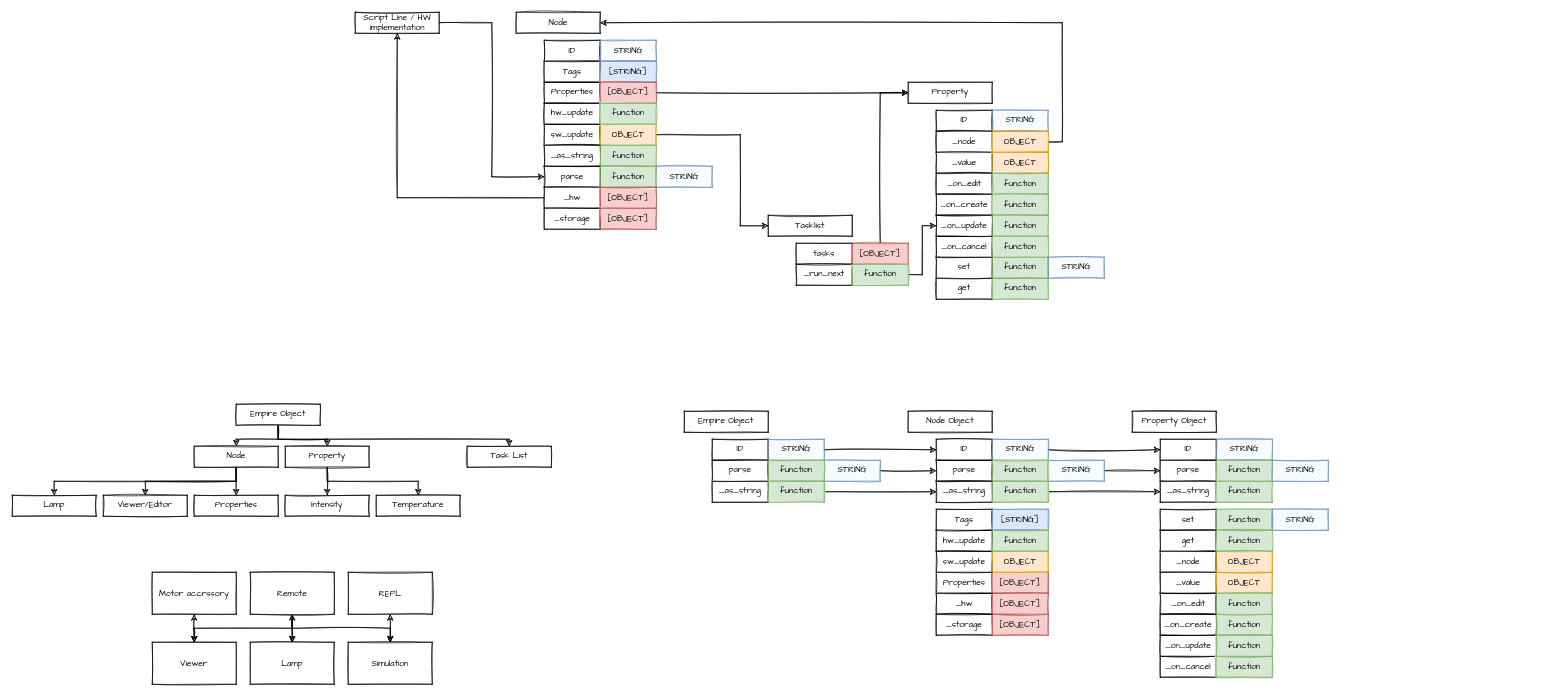
This is empire/Untitled Diagram.drawio from empire-ai/EmpireNode, a draw.io file, before an edit. Source tidied: cells renumbered, new cells numbered last; positions are measured from the earlier drawing's top-left corner, leaving out a move shared by most shapes. Both pictures are drawn from the tidied source at 70%, with x=0, y=0 at pixel (12, 12).
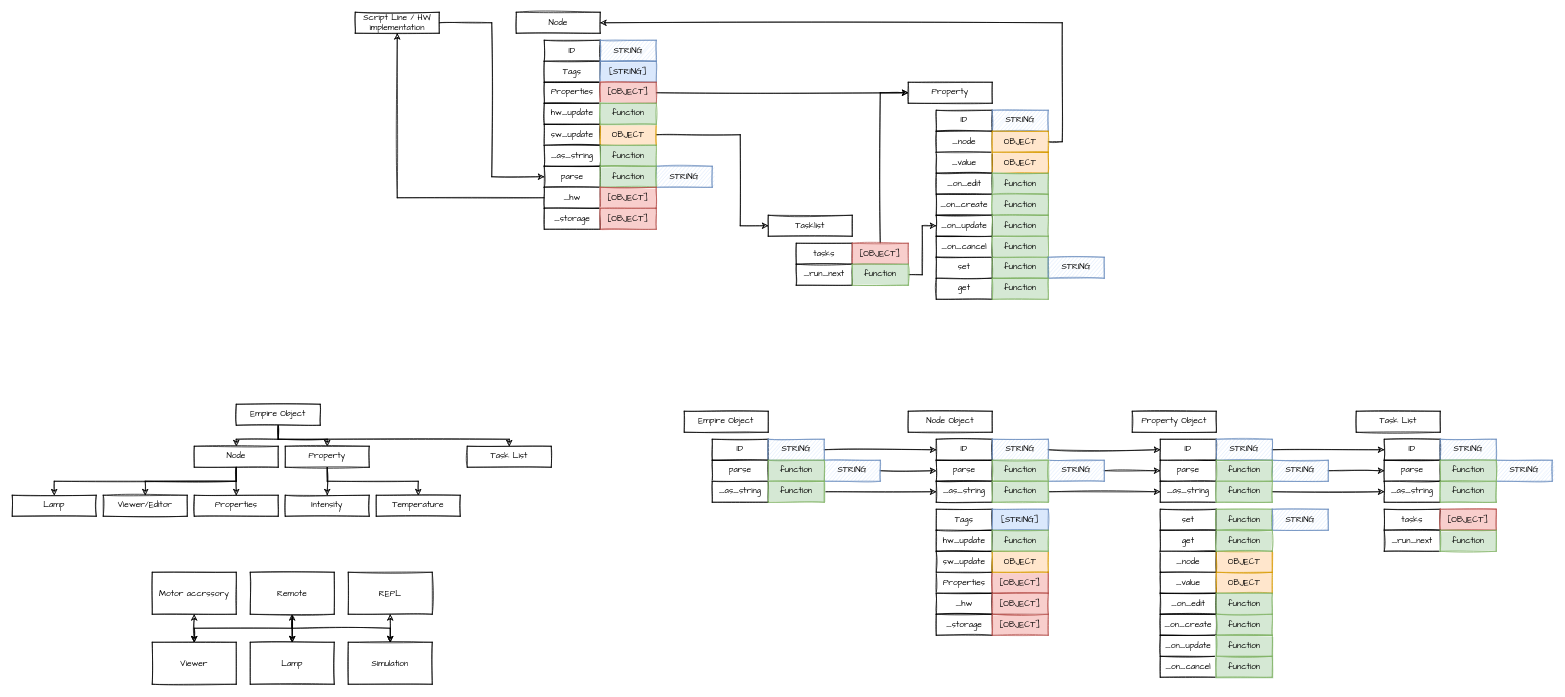
The same diagram, later.

Unchanged cells that the change refers to:
```xml
<mxCell id="107" value="STRING" style="rounded=0;whiteSpace=wrap;html=1;sketch=1;fontFamily=Architects Daughter;fillColor=#dae8fc;strokeColor=#6c8ebf;" parent="1" vertex="1">
  <mxGeometry x="1720" y="610" width="80" height="30" as="geometry" />
</mxCell>
<mxCell id="109" value="STRING" style="rounded=0;whiteSpace=wrap;html=1;sketch=1;fontFamily=Architects Daughter;fillColor=#dae8fc;strokeColor=#6c8ebf;" parent="1" vertex="1">
  <mxGeometry x="1800" y="640" width="80" height="30" as="geometry" />
</mxCell>
<mxCell id="112" value="function" style="rounded=0;whiteSpace=wrap;html=1;sketch=1;fontFamily=Architects Daughter;fillColor=#d5e8d4;strokeColor=#82b366;fillStyle=solid;" parent="1" vertex="1">
  <mxGeometry x="1720" y="670" width="80" height="30" as="geometry" />
</mxCell>
```

What changed in the source:
```diff
@@
+    <mxCell id="143" style="edgeStyle=orthogonalEdgeStyle;rounded=0;sketch=1;jettySize=auto;html=1;fontFamily=Architects Daughter;startArrow=none;startFill=0;" parent="1" edge="1" source="107" target="147">
+      <mxGeometry relative="1" as="geometry" />
+    </mxCell>
@@
+    <mxCell id="144" style="edgeStyle=orthogonalEdgeStyle;rounded=0;sketch=1;jettySize=auto;html=1;fontFamily=Architects Daughter;startArrow=none;startFill=0;" parent="1" edge="1" source="109" target="149">
+      <mxGeometry relative="1" as="geometry" />
+    </mxCell>
@@
+    <mxCell id="145" style="edgeStyle=orthogonalEdgeStyle;rounded=0;sketch=1;jettySize=auto;html=1;entryX=0;entryY=0.5;entryDx=0;entryDy=0;fontFamily=Architects Daughter;startArrow=none;startFill=0;" parent="1" edge="1" source="112" target="152">
+      <mxGeometry relative="1" as="geometry" />
+    </mxCell>
@@
+    <mxCell id="146" value="Task List" style="rounded=0;whiteSpace=wrap;html=1;sketch=1;fontFamily=Architects Daughter;" parent="1" vertex="1">
+      <mxGeometry x="1920" y="570" width="120" height="30" as="geometry" />
+    </mxCell>
+    <mxCell id="147" value="ID" style="rounded=0;whiteSpace=wrap;html=1;sketch=1;fontFamily=Architects Daughter;" parent="1" vertex="1">
+      <mxGeometry x="1960" y="610" width="80" height="30" as="geometry" />
+    </mxCell>
+    <mxCell id="148" value="STRING" style="rounded=0;whiteSpace=wrap;html=1;sketch=1;fontFamily=Architects Daughter;fillColor=#dae8fc;strokeColor=#6c8ebf;" parent="1" vertex="1">
+      <mxGeometry x="2040" y="610" width="80" height="30" as="geometry" />
+    </mxCell>
+    <mxCell id="149" value="parse" style="rounded=0;whiteSpace=wrap;html=1;sketch=1;fontFamily=Architects Daughter;" parent="1" vertex="1">
+      <mxGeometry x="1960" y="640" width="80" height="30" as="geometry" />
+    </mxCell>
+    <mxCell id="150" value="STRING" style="rounded=0;whiteSpace=wrap;html=1;sketch=1;fontFamily=Architects Daughter;fillColor=#dae8fc;strokeColor=#6c8ebf;" parent="1" vertex="1">
+      <mxGeometry x="2120" y="640" width="80" height="30" as="geometry" />
+    </mxCell>
+    <mxCell id="151" value="function" style="rounded=0;whiteSpace=wrap;html=1;sketch=1;fontFamily=Architects Daughter;fillColor=#d5e8d4;strokeColor=#82b366;fillStyle=solid;" parent="1" vertex="1">
+      <mxGeometry x="2040" y="640" width="80" height="30" as="geometry" />
+    </mxCell>
+    <mxCell id="152" value="_as_string" style="rounded=0;whiteSpace=wrap;html=1;sketch=1;fontFamily=Architects Daughter;" parent="1" vertex="1">
+      <mxGeometry x="1960" y="670" width="80" height="30" as="geometry" />
+    </mxCell>
+    <mxCell id="153" value="function" style="rounded=0;whiteSpace=wrap;html=1;sketch=1;fontFamily=Architects Daughter;fillColor=#d5e8d4;strokeColor=#82b366;fillStyle=solid;" parent="1" vertex="1">
+      <mxGeometry x="2040" y="670" width="80" height="30" as="geometry" />
+    </mxCell>
+    <mxCell id="154" value="tasks" style="rounded=0;whiteSpace=wrap;html=1;sketch=1;fontFamily=Architects Daughter;" parent="1" vertex="1">
+      <mxGeometry x="1960" y="710" width="80" height="30" as="geometry" />
+    </mxCell>
+    <mxCell id="155" value="[OBJECT]" style="rounded=0;whiteSpace=wrap;html=1;sketch=1;fontFamily=Architects Daughter;fillColor=#f8cecc;strokeColor=#b85450;fillStyle=solid;" parent="1" vertex="1">
+      <mxGeometry x="2040" y="710" width="80" height="30" as="geometry" />
+    </mxCell>
+    <mxCell id="156" value="_run_next" style="rounded=0;whiteSpace=wrap;html=1;sketch=1;fontFamily=Architects Daughter;" parent="1" vertex="1">
+      <mxGeometry x="1960" y="740" width="80" height="30" as="geometry" />
+    </mxCell>
+    <mxCell id="157" value="function" style="rounded=0;whiteSpace=wrap;html=1;sketch=1;fontFamily=Architects Daughter;fillColor=#d5e8d4;strokeColor=#82b366;fillStyle=solid;" parent="1" vertex="1">
+      <mxGeometry x="2040" y="740" width="80" height="30" as="geometry" />
+    </mxCell>
```
